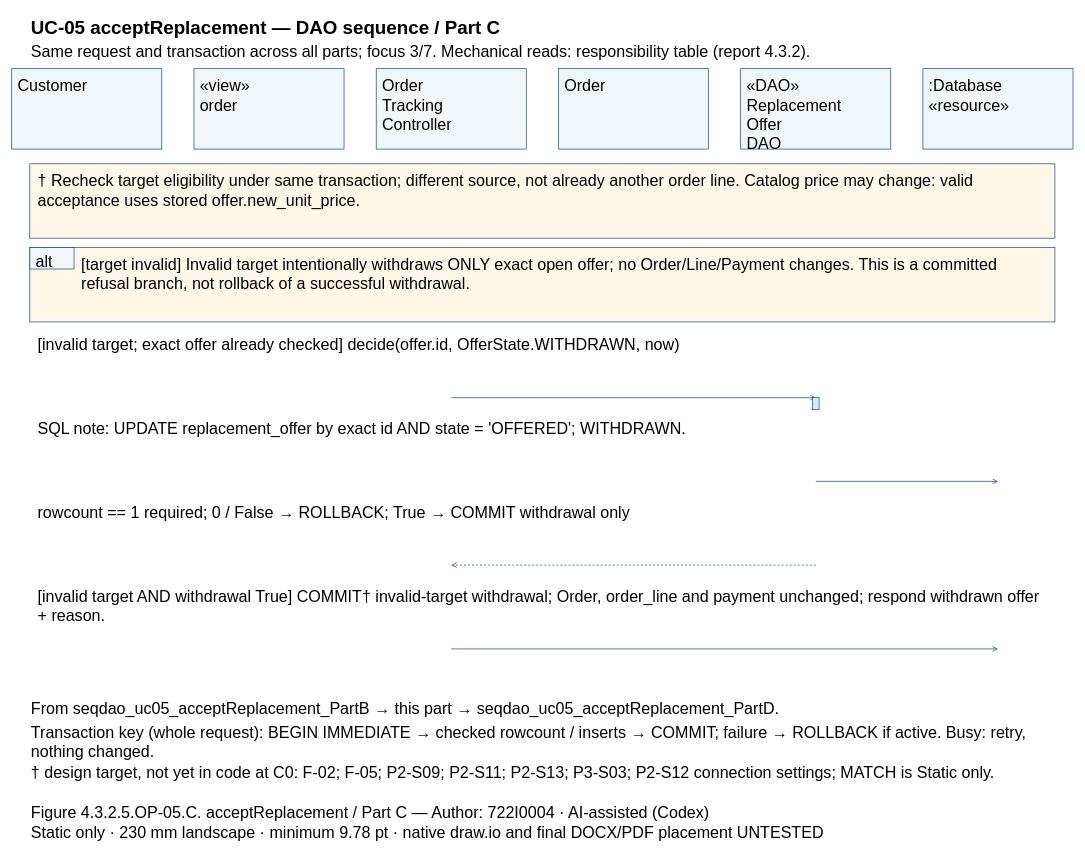
Before: models/UC-05/seqdao_uc05_acceptReplacement_PartC.drawio in Dat071104/SaigonBite, a draw.io diagram. Source tidied: cells renumbered, new cells numbered last; positions are measured from the earlier drawing's top-left corner, leaving out a move shared by most shapes. Both pictures are drawn from the tidied source at 67%, with x=0, y=0 at pixel (11, 11).
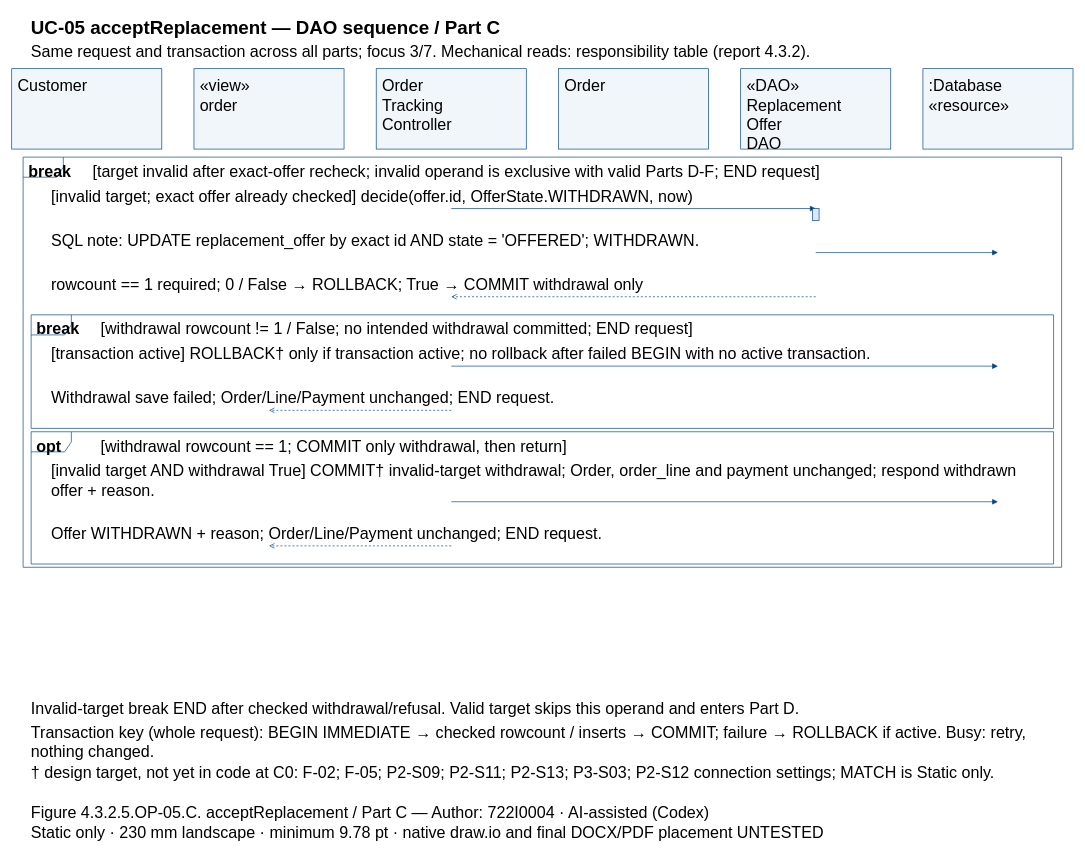
The same diagram, later.

The edit, as a diff of the source:
```diff
@@
+    <mxCell id="44" style="shape=umlFrame;fillColor=none;strokeColor=#004387;" parent="1" vertex="1">
+      <mxGeometry x="17" y="217" width="1550" height="612.2" as="geometry" />
+    </mxCell>
+    <mxCell id="45" style="shape=umlFrame;fillColor=none;strokeColor=#004387;" parent="1" vertex="1">
+      <mxGeometry x="29" y="452.4" width="1526" height="169.5" as="geometry" />
+    </mxCell>
+    <mxCell id="46" style="shape=umlFrame;fillColor=none;strokeColor=#004387;" parent="1" vertex="1">
+      <mxGeometry x="29" y="626.9" width="1526" height="197.4" as="geometry" />
+    </mxCell>
@@
-    <mxCell id="16" style="fillColor=#FFF8E9;strokeColor=#004387;" parent="1" vertex="1">
-      <mxGeometry x="27" y="227" width="1530" height="111" as="geometry" />
-    </mxCell>
-    <mxCell id="17" value="† Recheck target eligibility under same transaction; different source, not already another order line. Catalog price may change: valid&#10;acceptance uses stored offer.new_unit_price." style="text;html=0;whiteSpace=wrap;align=left;verticalAlign=top;strokeColor=none;fillColor=none;fontFamily=Arial;fontSize=24;fontStyle=0;" parent="1" vertex="1">
-      <mxGeometry x="37" y="232" width="1510" height="55.7" as="geometry" />
-    </mxCell>
-    <mxCell id="18" style="fillColor=#FFF8E9;strokeColor=#004387;" parent="1" vertex="1">
-      <mxGeometry x="27" y="352" width="1530" height="111" as="geometry" />
-    </mxCell>
-    <mxCell id="19" style="fillColor=#F1F6FA;strokeColor=#004387;" parent="1" vertex="1">
-      <mxGeometry x="27" y="352" width="66" height="32" as="geometry" />
-    </mxCell>
-    <mxCell id="20" value="alt" style="text;html=0;whiteSpace=wrap;align=left;verticalAlign=top;strokeColor=none;fillColor=none;fontFamily=Arial;fontSize=24;fontStyle=0;" parent="1" vertex="1">
-      <mxGeometry x="34" y="352" width="56" height="27.8" as="geometry" />
-    </mxCell>
-    <mxCell id="21" value="[target invalid] Invalid target intentionally withdraws ONLY exact open offer; no Order/Line/Payment changes. This is a committed&#10;refusal branch, not rollback of a successful withdrawal." style="text;html=0;whiteSpace=wrap;align=left;verticalAlign=top;strokeColor=none;fillColor=none;fontFamily=Arial;fontSize=24;fontStyle=0;" parent="1" vertex="1">
-      <mxGeometry x="102" y="357" width="1440" height="55.7" as="geometry" />
-    </mxCell>
-    <mxCell id="22" value="[invalid target; exact offer already checked] decide(offer.id, OfferState.WITHDRAWN, now)" style="text;html=0;whiteSpace=wrap;align=left;verticalAlign=top;strokeColor=none;fillColor=none;fontFamily=Arial;fontSize=24;fontStyle=0;" parent="1" vertex="1">
-      <mxGeometry x="37" y="477" width="1510" height="27.8" as="geometry" />
-    </mxCell>
+    <mxCell id="47" value="break" style="text;html=0;whiteSpace=wrap;align=left;verticalAlign=top;strokeColor=none;fillColor=none;fontFamily=Arial;fontSize=24;fontStyle=1;" parent="1" vertex="1">
+      <mxGeometry x="23" y="218" width="84" height="27.8" as="geometry" />
+    </mxCell>
+    <mxCell id="48" value="[target invalid after exact-offer recheck; invalid operand is exclusive with valid Parts D-F; END request]" style="text;html=0;whiteSpace=wrap;align=left;verticalAlign=top;strokeColor=none;fillColor=none;fontFamily=Arial;fontSize=24;fontStyle=0;" parent="1" vertex="1">
+      <mxGeometry x="119" y="218" width="1438" height="27.8" as="geometry" />
+    </mxCell>
+    <mxCell id="49" value="break" style="text;html=0;whiteSpace=wrap;align=left;verticalAlign=top;strokeColor=none;fillColor=none;fontFamily=Arial;fontSize=24;fontStyle=1;" parent="1" vertex="1">
+      <mxGeometry x="35" y="453.4" width="84" height="27.8" as="geometry" />
+    </mxCell>
+    <mxCell id="50" value="[withdrawal rowcount != 1 / False; no intended withdrawal committed; END request]" style="text;html=0;whiteSpace=wrap;align=left;verticalAlign=top;strokeColor=none;fillColor=none;fontFamily=Arial;fontSize=24;fontStyle=0;" parent="1" vertex="1">
+      <mxGeometry x="131" y="453.4" width="1414" height="27.8" as="geometry" />
+    </mxCell>
+    <mxCell id="51" value="opt" style="text;html=0;whiteSpace=wrap;align=left;verticalAlign=top;strokeColor=none;fillColor=none;fontFamily=Arial;fontSize=24;fontStyle=1;" parent="1" vertex="1">
+      <mxGeometry x="35" y="627.9" width="84" height="27.8" as="geometry" />
+    </mxCell>
+    <mxCell id="52" value="[withdrawal rowcount == 1; COMMIT only withdrawal, then return]" style="text;html=0;whiteSpace=wrap;align=left;verticalAlign=top;strokeColor=none;fillColor=none;fontFamily=Arial;fontSize=24;fontStyle=0;" parent="1" vertex="1">
+      <mxGeometry x="131" y="627.9" width="1414" height="27.8" as="geometry" />
+    </mxCell>
+    <mxCell id="27" value="[invalid target; exact offer already checked] decide(offer.id, OfferState.WITHDRAWN, now)" style="text;html=0;whiteSpace=wrap;align=left;verticalAlign=top;strokeColor=none;fillColor=none;fontFamily=Arial;fontSize=24;fontStyle=0;" parent="1" vertex="1">
+      <mxGeometry x="57" y="254.8" width="1470" height="27.8" as="geometry" />
+    </mxCell>
+    <mxCell id="53" style="opacity=0;" parent="1" vertex="1">
+      <mxGeometry x="656" y="293.7" as="geometry" />
+    </mxCell>
+    <mxCell id="54" style="opacity=0;" parent="1" vertex="1">
+      <mxGeometry x="1200" y="293.7" as="geometry" />
+    </mxCell>
+    <mxCell id="55" style="edgeStyle=none;endArrow=block;endFill=1;strokeColor=#004387;exitX=0.5;entryX=0.5;exitPerimeter=0;entryPerimeter=0;" parent="1" edge="1" source="53" target="54">
+      <mxGeometry relative="1" as="geometry" />
+    </mxCell>
+    <mxCell id="56" style="fillColor=#DAE9F5;strokeColor=#004387;" parent="1" vertex="1">
+      <mxGeometry x="1195" y="293.7" width="10" height="18" as="geometry" />
+    </mxCell>
+    <mxCell id="57" value="SQL note: UPDATE replacement_offer by exact id AND state = 'OFFERED'; WITHDRAWN." style="text;html=0;whiteSpace=wrap;align=left;verticalAlign=top;strokeColor=none;fillColor=none;fontFamily=Arial;fontSize=24;fontStyle=0;" parent="1" vertex="1">
+      <mxGeometry x="57" y="320.7" width="1470" height="27.8" as="geometry" />
+    </mxCell>
+    <mxCell id="58" style="opacity=0;" parent="1" vertex="1">
+      <mxGeometry x="1200" y="359.5" as="geometry" />
+    </mxCell>
+    <mxCell id="59" style="opacity=0;" parent="1" vertex="1">
+      <mxGeometry x="1472" y="359.5" as="geometry" />
+    </mxCell>
+    <mxCell id="60" style="edgeStyle=none;endArrow=block;endFill=1;strokeColor=#004387;exitX=0.5;entryX=0.5;exitPerimeter=0;entryPerimeter=0;" parent="1" edge="1" source="58" target="59">
+      <mxGeometry relative="1" as="geometry" />
+    </mxCell>
+    <mxCell id="31" value="rowcount == 1 required; 0 / False → ROLLBACK; True → COMMIT withdrawal only" style="text;html=0;whiteSpace=wrap;align=left;verticalAlign=top;strokeColor=none;fillColor=none;fontFamily=Arial;fontSize=24;fontStyle=0;" parent="1" vertex="1">
+      <mxGeometry x="57" y="386.5" width="1470" height="27.8" as="geometry" />
+    </mxCell>
     <mxCell id="23" style="opacity=0;" parent="1" vertex="1">
-      <mxGeometry x="656" y="576" as="geometry" />
+      <mxGeometry x="1200" y="425.4" as="geometry" />
     </mxCell>
     <mxCell id="24" style="opacity=0;" parent="1" vertex="1">
-      <mxGeometry x="1200" y="576" as="geometry" />
+      <mxGeometry x="656" y="425.4" as="geometry" />
     </mxCell>
-    <mxCell id="25" style="edgeStyle=none;endArrow=open;strokeColor=#004387;exitX=0.5;entryX=0.5;exitPerimeter=0;entryPerimeter=0;" parent="1" edge="1" source="23" target="24">
+    <mxCell id="25" style="edgeStyle=none;endArrow=open;endFill=0;strokeColor=#004387;dashed=1;exitX=0.5;entryX=0.5;exitPerimeter=0;entryPerimeter=0;" parent="1" edge="1" source="23" target="24">
       <mxGeometry relative="1" as="geometry" />
     </mxCell>
-    <mxCell id="26" style="fillColor=#DAE9F5;strokeColor=#004387;" parent="1" vertex="1">
-      <mxGeometry x="1195" y="576" width="10" height="18" as="geometry" />
-    </mxCell>
-    <mxCell id="27" value="SQL note: UPDATE replacement_offer by exact id AND state = 'OFFERED'; WITHDRAWN." style="text;html=0;whiteSpace=wrap;align=left;verticalAlign=top;strokeColor=none;fillColor=none;fontFamily=Arial;fontSize=24;fontStyle=0;" parent="1" vertex="1">
-      <mxGeometry x="37" y="602" width="1510" height="27.8" as="geometry" />
-    </mxCell>
+    <mxCell id="40" value="[transaction active] ROLLBACK† only if transaction active; no rollback after failed BEGIN with no active transaction." style="text;html=0;whiteSpace=wrap;align=left;verticalAlign=top;strokeColor=none;fillColor=none;fontFamily=Arial;fontSize=24;fontStyle=0;" parent="1" vertex="1">
+      <mxGeometry x="57" y="490.2" width="1470" height="27.8" as="geometry" />
+    </mxCell>
     <mxCell id="28" style="opacity=0;" parent="1" vertex="1">
-      <mxGeometry x="1200" y="701" as="geometry" />
+      <mxGeometry x="656" y="529" as="geometry" />
     </mxCell>
     <mxCell id="29" style="opacity=0;" parent="1" vertex="1">
-      <mxGeometry x="1472" y="701" as="geometry" />
+      <mxGeometry x="1472" y="529" as="geometry" />
     </mxCell>
-    <mxCell id="30" style="edgeStyle=none;endArrow=open;strokeColor=#004387;exitX=0.5;entryX=0.5;exitPerimeter=0;entryPerimeter=0;" parent="1" edge="1" source="28" target="29">
+    <mxCell id="30" style="edgeStyle=none;endArrow=block;endFill=1;strokeColor=#004387;exitX=0.5;entryX=0.5;exitPerimeter=0;entryPerimeter=0;" parent="1" edge="1" source="28" target="29">
       <mxGeometry relative="1" as="geometry" />
     </mxCell>
-    <mxCell id="31" value="rowcount == 1 required; 0 / False → ROLLBACK; True → COMMIT withdrawal only" style="text;html=0;whiteSpace=wrap;align=left;verticalAlign=top;strokeColor=none;fillColor=none;fontFamily=Arial;fontSize=24;fontStyle=0;" parent="1" vertex="1">
-      <mxGeometry x="37" y="727" width="1510" height="27.8" as="geometry" />
-    </mxCell>
+    <mxCell id="42" value="Withdrawal save failed; Order/Line/Payment unchanged; END request." style="text;html=0;whiteSpace=wrap;align=left;verticalAlign=top;strokeColor=none;fillColor=none;fontFamily=Arial;fontSize=24;fontStyle=0;" parent="1" vertex="1">
+      <mxGeometry x="57" y="556" width="1470" height="27.8" as="geometry" />
+    </mxCell>
     <mxCell id="32" style="opacity=0;" parent="1" vertex="1">
-      <mxGeometry x="1200" y="826" as="geometry" />
+      <mxGeometry x="656" y="594.9" as="geometry" />
     </mxCell>
     <mxCell id="33" style="opacity=0;" parent="1" vertex="1">
-      <mxGeometry x="656" y="826" as="geometry" />
+      <mxGeometry x="384" y="594.9" as="geometry" />
     </mxCell>
-    <mxCell id="34" style="edgeStyle=none;endArrow=open;strokeColor=#004387;dashed=1;exitX=0.5;entryX=0.5;exitPerimeter=0;entryPerimeter=0;" parent="1" edge="1" source="32" target="33">
+    <mxCell id="34" style="edgeStyle=none;endArrow=open;endFill=0;strokeColor=#004387;dashed=1;exitX=0.5;entryX=0.5;exitPerimeter=0;entryPerimeter=0;" parent="1" edge="1" source="32" target="33">
       <mxGeometry relative="1" as="geometry" />
     </mxCell>
-    <mxCell id="35" value="[invalid target AND withdrawal True] COMMIT† invalid-target withdrawal; Order, order_line and payment unchanged; respond withdrawn offer&#10;+ reason." style="text;html=0;whiteSpace=wrap;align=left;verticalAlign=top;strokeColor=none;fillColor=none;fontFamily=Arial;fontSize=24;fontStyle=0;" parent="1" vertex="1">
-      <mxGeometry x="37" y="852" width="1510" height="55.7" as="geometry" />
+    <mxCell id="35" value="[invalid target AND withdrawal True] COMMIT† invalid-target withdrawal; Order, order_line and payment unchanged; respond withdrawn&#10;offer + reason." style="text;html=0;whiteSpace=wrap;align=left;verticalAlign=top;strokeColor=none;fillColor=none;fontFamily=Arial;fontSize=24;fontStyle=0;" parent="1" vertex="1">
+      <mxGeometry x="57" y="664.7" width="1470" height="55.7" as="geometry" />
     </mxCell>
     <mxCell id="36" style="opacity=0;" parent="1" vertex="1">
-      <mxGeometry x="656" y="951" as="geometry" />
+      <mxGeometry x="656" y="731.4" as="geometry" />
     </mxCell>
     <mxCell id="37" style="opacity=0;" parent="1" vertex="1">
-      <mxGeometry x="1472" y="951" as="geometry" />
+      <mxGeometry x="1472" y="731.4" as="geometry" />
     </mxCell>
-    <mxCell id="38" style="edgeStyle=none;endArrow=open;strokeColor=#004387;exitX=0.5;entryX=0.5;exitPerimeter=0;entryPerimeter=0;" parent="1" edge="1" source="36" target="37">
+    <mxCell id="38" style="edgeStyle=none;endArrow=block;endFill=1;strokeColor=#004387;exitX=0.5;entryX=0.5;exitPerimeter=0;entryPerimeter=0;" parent="1" edge="1" source="36" target="37">
       <mxGeometry relative="1" as="geometry" />
     </mxCell>
-    <mxCell id="39" value="From seqdao_uc05_acceptReplacement_PartB → this part → seqdao_uc05_acceptReplacement_PartD." style="text;html=0;whiteSpace=wrap;align=left;verticalAlign=top;strokeColor=none;fillColor=none;fontFamily=Arial;fontSize=24;fontStyle=0;" parent="1" vertex="1">
-      <mxGeometry x="27" y="1020" width="1530" height="27.8" as="geometry" />
-    </mxCell>
-    <mxCell id="40" value="Transaction key (whole request): BEGIN IMMEDIATE → checked rowcount / inserts → COMMIT; failure → ROLLBACK if active. Busy: retry,&#10;nothing changed." style="text;html=0;whiteSpace=wrap;align=left;verticalAlign=top;strokeColor=none;fillColor=none;fontFamily=Arial;fontSize=24;fontStyle=0;" parent="1" vertex="1">
-      <mxGeometry x="27" y="1055" width="1530" height="55.7" as="geometry" />
-    </mxCell>
+    <mxCell id="61" value="Offer WITHDRAWN + reason; Order/Line/Payment unchanged; END request." style="text;html=0;whiteSpace=wrap;align=left;verticalAlign=top;strokeColor=none;fillColor=none;fontFamily=Arial;fontSize=24;fontStyle=0;" parent="1" vertex="1">
+      <mxGeometry x="57" y="758.4" width="1470" height="27.8" as="geometry" />
+    </mxCell>
+    <mxCell id="62" style="opacity=0;" parent="1" vertex="1">
+      <mxGeometry x="656" y="797.2" as="geometry" />
+    </mxCell>
+    <mxCell id="63" style="opacity=0;" parent="1" vertex="1">
+      <mxGeometry x="384" y="797.2" as="geometry" />
+    </mxCell>
+    <mxCell id="64" style="edgeStyle=none;endArrow=open;endFill=0;strokeColor=#004387;dashed=1;exitX=0.5;entryX=0.5;exitPerimeter=0;entryPerimeter=0;" parent="1" edge="1" source="62" target="63">
+      <mxGeometry relative="1" as="geometry" />
+    </mxCell>
+    <mxCell id="65" value="Invalid-target break END after checked withdrawal/refusal. Valid target skips this operand and enters Part D." style="text;html=0;whiteSpace=wrap;align=left;verticalAlign=top;strokeColor=none;fillColor=none;fontFamily=Arial;fontSize=24;fontStyle=0;" parent="1" vertex="1">
+      <mxGeometry x="27" y="1020" width="1530" height="27.8" as="geometry" />
+    </mxCell>
+    <mxCell id="66" value="Transaction key (whole request): BEGIN IMMEDIATE → checked rowcount / inserts → COMMIT; failure → ROLLBACK if active. Busy: retry,&#10;nothing changed." style="text;html=0;whiteSpace=wrap;align=left;verticalAlign=top;strokeColor=none;fillColor=none;fontFamily=Arial;fontSize=24;fontStyle=0;" parent="1" vertex="1">
+      <mxGeometry x="27" y="1055" width="1530" height="55.7" as="geometry" />
+    </mxCell>
@@
-    <mxCell id="42" value="Figure 4.3.2.5.OP-05.C. acceptReplacement / Part C — Author: 722I0004 · AI-assisted (Codex)" style="text;html=0;whiteSpace=wrap;align=left;verticalAlign=top;strokeColor=none;fillColor=none;fontFamily=Arial;fontSize=24;fontStyle=0;" parent="1" vertex="1">
-      <mxGeometry x="27" y="1175" width="1530" height="27.8" as="geometry" />
-    </mxCell>
+    <mxCell id="67" value="Figure 4.3.2.5.OP-05.C. acceptReplacement / Part C — Author: 722I0004 · AI-assisted (Codex)" style="text;html=0;whiteSpace=wrap;align=left;verticalAlign=top;strokeColor=none;fillColor=none;fontFamily=Arial;fontSize=24;fontStyle=0;" parent="1" vertex="1">
+      <mxGeometry x="27" y="1175" width="1530" height="27.8" as="geometry" />
+    </mxCell>
```
